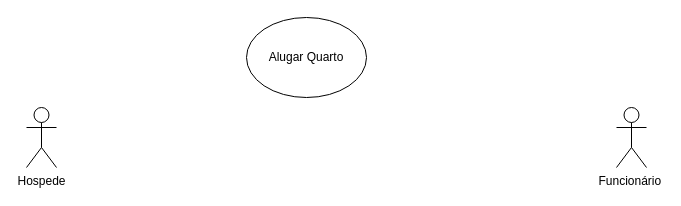
ArcanjoDaGuarda/AnjoProjetos keeps this draw.io diagram as Controle De Hotelaria.drawio. Above is the earlier version. Source tidied: cells renumbered, new cells numbered last; positions are measured from the earlier drawing's top-left corner, leaving out a move shared by most shapes. Both pictures are drawn from the tidied source at 100%, with x=0, y=0 at pixel (26, 17).
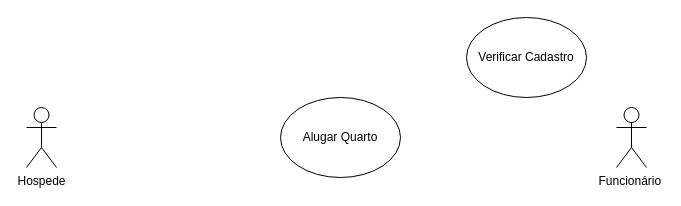
Above is the later version.

Diff of the diagram source:
```diff
@@
 <mxGraphModel>
   <root>
     <mxCell id="0" />
     <mxCell id="1" parent="0" />
     <mxCell id="2" value="Hospede" style="shape=umlActor;verticalLabelPosition=bottom;verticalAlign=top;html=1;" parent="1" vertex="1">
       <mxGeometry y="90" width="30" height="60" as="geometry" />
     </mxCell>
     <mxCell id="3" value="Funcionário&amp;nbsp;" style="shape=umlActor;verticalLabelPosition=bottom;verticalAlign=top;html=1;" parent="1" vertex="1">
       <mxGeometry x="590" y="90" width="30" height="60" as="geometry" />
     </mxCell>
     <mxCell id="4" value="Alugar Quarto" style="ellipse;whiteSpace=wrap;html=1;" parent="1" vertex="1">
-      <mxGeometry x="220" width="120" height="80" as="geometry" />
+      <mxGeometry x="254" y="80" width="120" height="80" as="geometry" />
     </mxCell>
+    <mxCell id="5" value="Verificar Cadastro" style="ellipse;whiteSpace=wrap;html=1;" parent="1" vertex="1">
+      <mxGeometry x="440" width="120" height="80" as="geometry" />
+    </mxCell>
   </root>
 </mxGraphModel>
```
